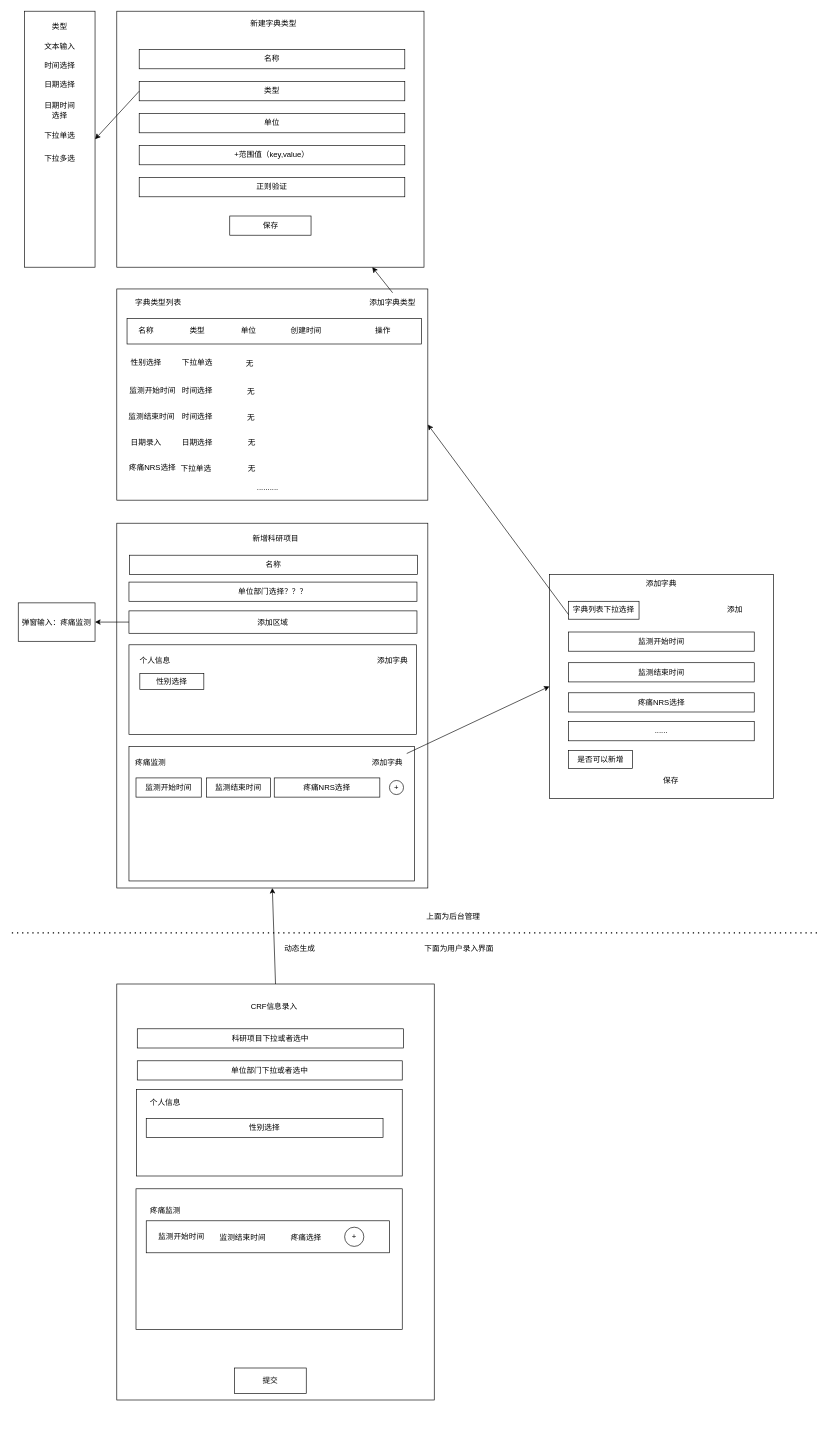
Above: save/科研项目动态表单.drawio in chenweihan/UML (draw.io), before the change. Source tidied: cells renumbered, new cells numbered last; positions are measured from the earlier drawing's top-left corner, leaving out a move shared by most shapes. Both pictures are drawn from the tidied source at 64%, with x=0, y=0 at pixel (12, 11).
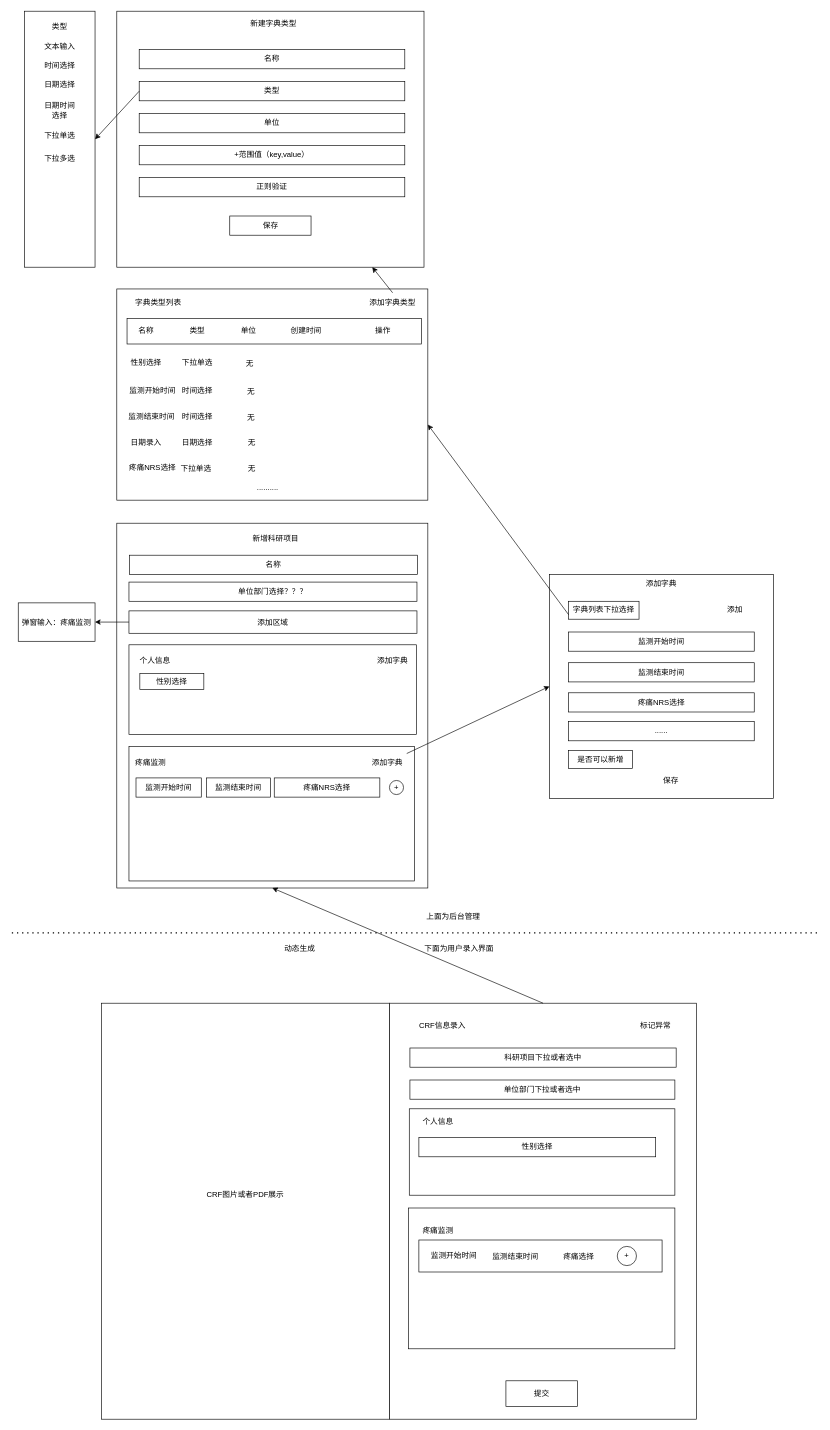
The same page after the edit.

Commit message:
更新科研项目动态表单.drawio

What changed in the source:
```diff
@@
     <mxCell id="74" style="rounded=0;whiteSpace=wrap;html=1;" parent="1" vertex="1">
-      <mxGeometry x="164" y="1520" width="496" height="650" as="geometry" />
+      <mxGeometry x="590" y="1550" width="480" height="650" as="geometry" />
     </mxCell>
@@
     <mxCell id="78" value="CRF信息录入" style="text;html=1;strokeColor=none;fillColor=none;align=center;verticalAlign=middle;whiteSpace=wrap;rounded=0;" parent="1" vertex="1">
-      <mxGeometry x="340" y="1540" width="140" height="30" as="geometry" />
+      <mxGeometry x="621" y="1570" width="104" height="30" as="geometry" />
     </mxCell>
     <mxCell id="79" value="科研项目下拉或者选中" style="rounded=0;whiteSpace=wrap;html=1;" parent="1" vertex="1">
-      <mxGeometry x="196" y="1590" width="416" height="30" as="geometry" />
+      <mxGeometry x="622" y="1620" width="416" height="30" as="geometry" />
     </mxCell>
     <mxCell id="80" value="单位部门下拉或者选中" style="rounded=0;whiteSpace=wrap;html=1;" parent="1" vertex="1">
-      <mxGeometry x="196" y="1640" width="414" height="30" as="geometry" />
+      <mxGeometry x="622" y="1670" width="414" height="30" as="geometry" />
     </mxCell>
     <mxCell id="81" style="rounded=0;whiteSpace=wrap;html=1;" parent="1" vertex="1">
-      <mxGeometry x="195" y="1685" width="415" height="135" as="geometry" />
+      <mxGeometry x="621" y="1715" width="415" height="135" as="geometry" />
     </mxCell>
     <mxCell id="82" value="个人信息" style="text;html=1;strokeColor=none;fillColor=none;align=center;verticalAlign=middle;whiteSpace=wrap;rounded=0;" parent="1" vertex="1">
-      <mxGeometry x="210" y="1690" width="60" height="30" as="geometry" />
+      <mxGeometry x="636" y="1720" width="60" height="30" as="geometry" />
     </mxCell>
@@
     <mxCell id="84" value="性别选择" style="rounded=0;whiteSpace=wrap;html=1;" parent="1" vertex="1">
-      <mxGeometry x="210" y="1730" width="370" height="30" as="geometry" />
+      <mxGeometry x="636" y="1760" width="370" height="30" as="geometry" />
     </mxCell>
     <mxCell id="85" style="rounded=0;whiteSpace=wrap;html=1;" parent="1" vertex="1">
-      <mxGeometry x="194" y="1840" width="416" height="220" as="geometry" />
+      <mxGeometry x="620" y="1870" width="416" height="220" as="geometry" />
     </mxCell>
     <mxCell id="86" value="疼痛监测" style="text;html=1;strokeColor=none;fillColor=none;align=center;verticalAlign=middle;whiteSpace=wrap;rounded=0;" parent="1" vertex="1">
-      <mxGeometry x="210" y="1860" width="60" height="30" as="geometry" />
+      <mxGeometry x="636" y="1890" width="60" height="30" as="geometry" />
     </mxCell>
     <mxCell id="87" style="rounded=0;whiteSpace=wrap;html=1;" parent="1" vertex="1">
-      <mxGeometry x="210" y="1890" width="380" height="50" as="geometry" />
+      <mxGeometry x="636" y="1920" width="380" height="50" as="geometry" />
     </mxCell>
     <mxCell id="88" value="监测开始时间" style="text;html=1;strokeColor=none;fillColor=none;align=center;verticalAlign=middle;whiteSpace=wrap;rounded=0;" parent="1" vertex="1">
-      <mxGeometry x="220" y="1900" width="90" height="30" as="geometry" />
+      <mxGeometry x="646" y="1930" width="90" height="30" as="geometry" />
     </mxCell>
@@
     <mxCell id="91" value="监测结束时间" style="text;html=1;strokeColor=none;fillColor=none;align=center;verticalAlign=middle;whiteSpace=wrap;rounded=0;" parent="1" vertex="1">
-      <mxGeometry x="316" y="1901" width="90" height="30" as="geometry" />
+      <mxGeometry x="742" y="1931" width="90" height="30" as="geometry" />
     </mxCell>
     <mxCell id="92" value="疼痛选择" style="text;html=1;strokeColor=none;fillColor=none;align=center;verticalAlign=middle;whiteSpace=wrap;rounded=0;" parent="1" vertex="1">
-      <mxGeometry x="430" y="1901" width="60" height="30" as="geometry" />
+      <mxGeometry x="856" y="1931" width="60" height="30" as="geometry" />
     </mxCell>
     <mxCell id="93" value="提交" style="rounded=0;whiteSpace=wrap;html=1;" parent="1" vertex="1">
-      <mxGeometry x="348" y="2120" width="112" height="40" as="geometry" />
+      <mxGeometry x="772" y="2140" width="112" height="40" as="geometry" />
     </mxCell>
     <mxCell id="94" value="+" style="ellipse;whiteSpace=wrap;html=1;" parent="1" vertex="1">
-      <mxGeometry x="520" y="1900" width="30" height="30" as="geometry" />
+      <mxGeometry x="946" y="1930" width="30" height="30" as="geometry" />
     </mxCell>
+    <mxCell id="95" style="rounded=0;whiteSpace=wrap;html=1;" parent="1" vertex="1">
+      <mxGeometry x="140" y="1550" width="450" height="650" as="geometry" />
+    </mxCell>
+    <mxCell id="96" value="CRF图片或者PDF展示" style="text;html=1;strokeColor=none;fillColor=none;align=center;verticalAlign=middle;whiteSpace=wrap;rounded=0;" parent="1" vertex="1">
+      <mxGeometry x="270" y="1780" width="190" height="140" as="geometry" />
+    </mxCell>
+    <mxCell id="97" value="标记异常" style="text;html=1;strokeColor=none;fillColor=none;align=center;verticalAlign=middle;whiteSpace=wrap;rounded=0;" parent="1" vertex="1">
+      <mxGeometry x="976" y="1570" width="60" height="30" as="geometry" />
+    </mxCell>
```
